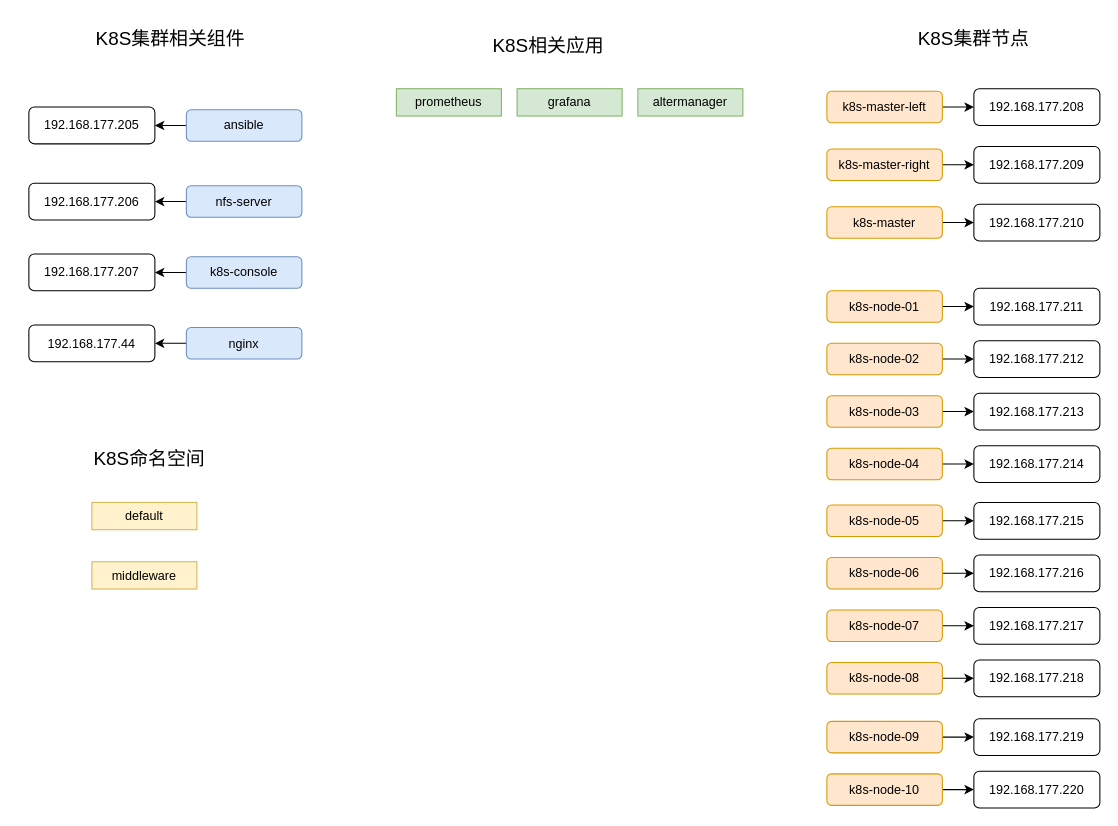
The draw.io diagram juneyao/均瑶云k8s环境.drawio in sjwayrhz/diagrams, before the edit. Source tidied: cells renumbered, new cells numbered last; positions are measured from the earlier drawing's top-left corner, leaving out a move shared by most shapes. Both pictures are drawn from the tidied source at 105%, with x=0, y=0 at pixel (28, 18).
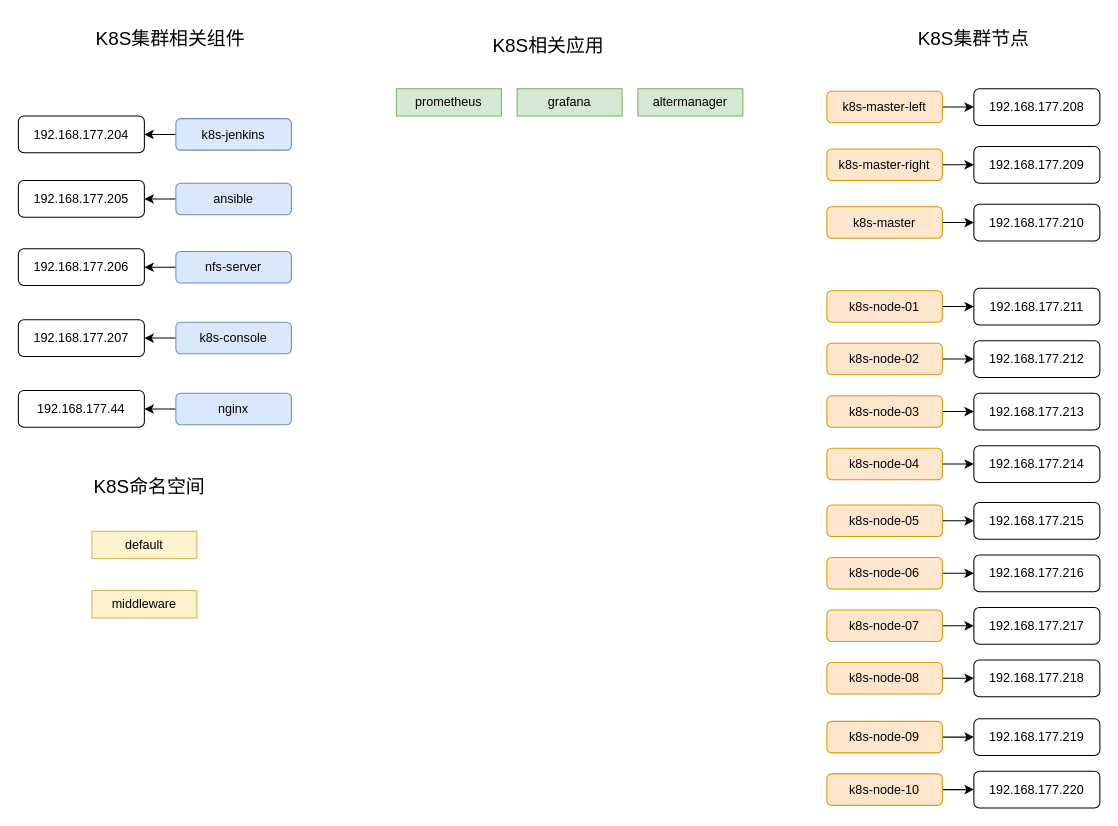
After the change.

Commit message:
Update 均瑶云k8s环境.drawio

Change to the diagram source:
```diff
@@
     <mxCell id="43" value="192.168.177.205" style="rounded=1;whiteSpace=wrap;html=1;" parent="1" vertex="1">
-      <mxGeometry y="84.5" width="120" height="35" as="geometry" />
+      <mxGeometry x="-10" y="154.5" width="120" height="35" as="geometry" />
     </mxCell>
     <mxCell id="44" value="ansible" style="rounded=1;whiteSpace=wrap;html=1;fillColor=#dae8fc;strokeColor=#6c8ebf;" parent="1" vertex="1">
-      <mxGeometry x="150" y="87" width="110" height="30" as="geometry" />
+      <mxGeometry x="140" y="157" width="110" height="30" as="geometry" />
     </mxCell>
@@
     <mxCell id="46" value="192.168.177.206" style="rounded=1;whiteSpace=wrap;html=1;" parent="1" vertex="1">
-      <mxGeometry y="157" width="120" height="35" as="geometry" />
+      <mxGeometry x="-10" y="219.5" width="120" height="35" as="geometry" />
     </mxCell>
     <mxCell id="47" value="nfs-server" style="rounded=1;whiteSpace=wrap;html=1;fillColor=#dae8fc;strokeColor=#6c8ebf;" parent="1" vertex="1">
-      <mxGeometry x="150" y="159.5" width="110" height="30" as="geometry" />
+      <mxGeometry x="140" y="222" width="110" height="30" as="geometry" />
     </mxCell>
@@
     <mxCell id="49" value="192.168.177.207" style="rounded=1;whiteSpace=wrap;html=1;" parent="1" vertex="1">
-      <mxGeometry y="224.5" width="120" height="35" as="geometry" />
+      <mxGeometry x="-10" y="287" width="120" height="35" as="geometry" />
     </mxCell>
     <mxCell id="50" value="k8s-console" style="rounded=1;whiteSpace=wrap;html=1;fillColor=#dae8fc;strokeColor=#6c8ebf;" parent="1" vertex="1">
-      <mxGeometry x="150" y="227" width="110" height="30" as="geometry" />
+      <mxGeometry x="140" y="289.5" width="110" height="30" as="geometry" />
     </mxCell>
@@
     <mxCell id="52" value="192.168.177.44" style="rounded=1;whiteSpace=wrap;html=1;" parent="1" vertex="1">
-      <mxGeometry y="292" width="120" height="35" as="geometry" />
+      <mxGeometry x="-10" y="354.5" width="120" height="35" as="geometry" />
     </mxCell>
     <mxCell id="53" value="nginx" style="rounded=1;whiteSpace=wrap;html=1;fillColor=#dae8fc;strokeColor=#6c8ebf;" parent="1" vertex="1">
-      <mxGeometry x="150" y="294.5" width="110" height="30" as="geometry" />
+      <mxGeometry x="140" y="357" width="110" height="30" as="geometry" />
     </mxCell>
@@
     <mxCell id="56" value="&lt;font style=&quot;font-size: 18px&quot;&gt;K8S命名空间&lt;/font&gt;" style="text;html=1;strokeColor=none;fillColor=none;align=center;verticalAlign=middle;whiteSpace=wrap;rounded=0;" parent="1" vertex="1">
-      <mxGeometry x="30" y="399.5" width="170" height="40" as="geometry" />
+      <mxGeometry x="30" y="427" width="170" height="40" as="geometry" />
     </mxCell>
     <mxCell id="57" value="default" style="rounded=0;whiteSpace=wrap;html=1;fillColor=#fff2cc;strokeColor=#d6b656;" parent="1" vertex="1">
-      <mxGeometry x="60" y="461" width="100" height="26" as="geometry" />
+      <mxGeometry x="60" y="488.5" width="100" height="26" as="geometry" />
     </mxCell>
     <mxCell id="58" value="middleware" style="rounded=0;whiteSpace=wrap;html=1;fillColor=#fff2cc;strokeColor=#d6b656;" parent="1" vertex="1">
-      <mxGeometry x="60" y="517.5" width="100" height="26" as="geometry" />
+      <mxGeometry x="60" y="545" width="100" height="26" as="geometry" />
     </mxCell>
@@
+    <mxCell id="62" style="edgeStyle=orthogonalEdgeStyle;rounded=0;jettySize=auto;html=1;" parent="1" edge="1" source="64" target="63">
+      <mxGeometry relative="1" as="geometry" />
+    </mxCell>
+    <mxCell id="63" value="192.168.177.204" style="rounded=1;whiteSpace=wrap;html=1;" parent="1" vertex="1">
+      <mxGeometry x="-10" y="93" width="120" height="35" as="geometry" />
+    </mxCell>
+    <mxCell id="64" value="&lt;div&gt;k8s-jenkins&lt;/div&gt;" style="rounded=1;whiteSpace=wrap;html=1;fillColor=#dae8fc;strokeColor=#6c8ebf;" parent="1" vertex="1">
+      <mxGeometry x="140" y="95.5" width="110" height="30" as="geometry" />
+    </mxCell>
```
